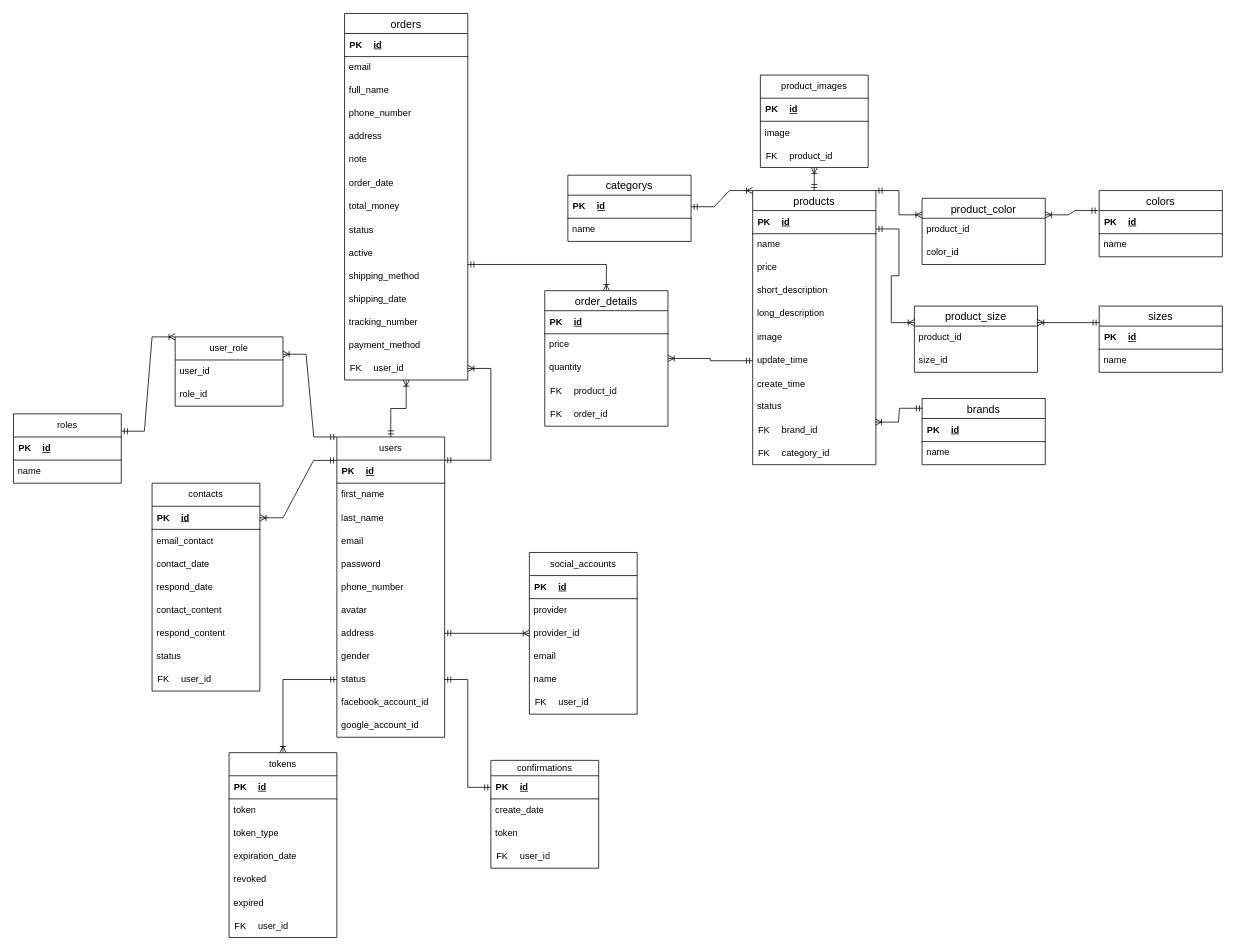
Before: shop-online/Biểu đồ không có tiêu đề.drawio in Dangnhhe161726/shop-online, a draw.io diagram. Source tidied: cells renumbered, new cells numbered last; positions are measured from the earlier drawing's top-left corner, leaving out a move shared by most shapes. Both pictures are drawn from the tidied source at 77%, with x=0, y=0 at pixel (13, -183).
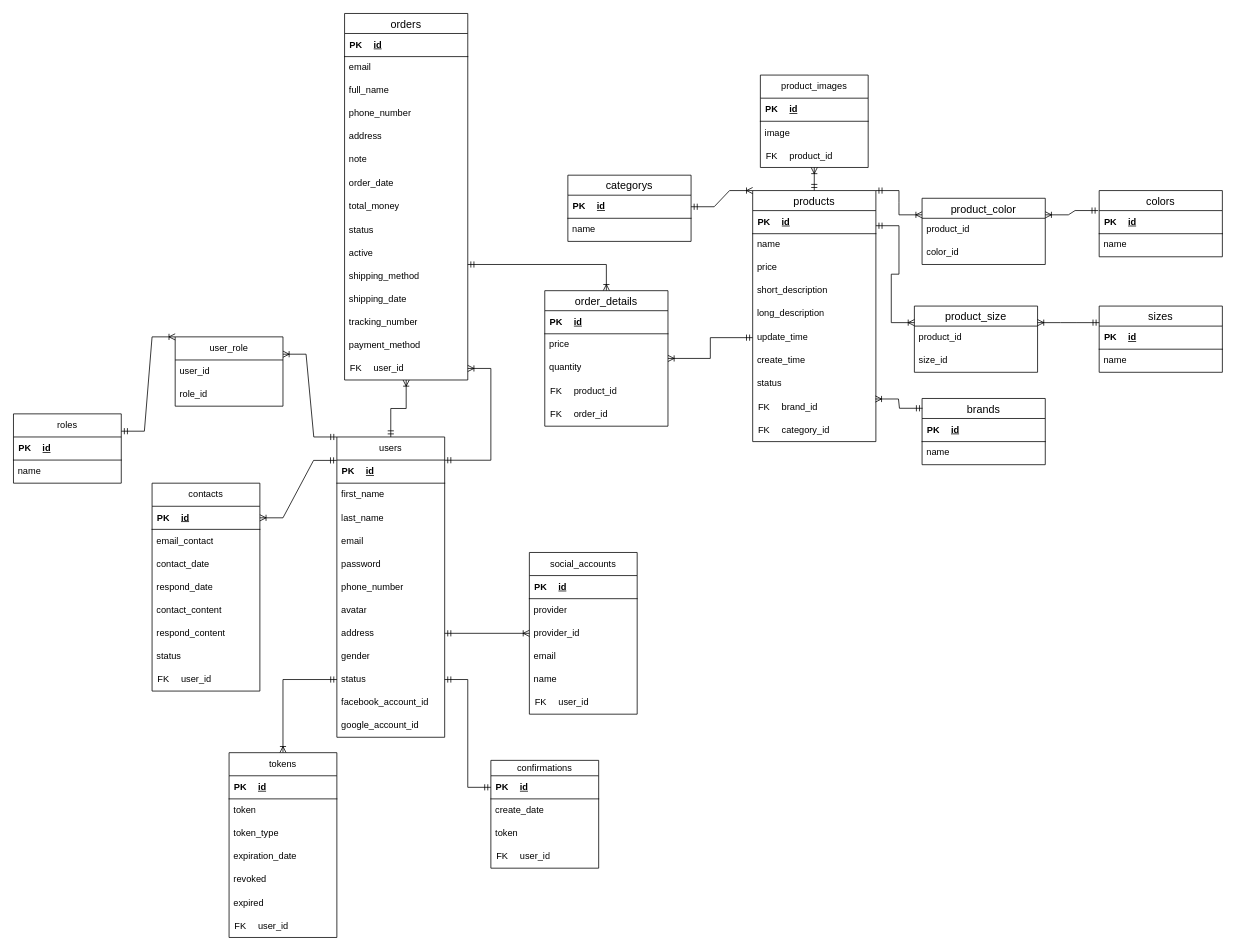
Above is the later version.

Commit message:
delete item image in table product

What changed in the source:
```diff
@@
     <mxCell id="45" value="products" style="swimlane;fontStyle=0;horizontal=1;startSize=26;align=center;fontSize=14;" parent="1" vertex="1">
-      <mxGeometry x="960" y="485" width="160" height="356" as="geometry" />
+      <mxGeometry x="960" y="485" width="160" height="326" as="geometry" />
     </mxCell>
@@
-    <mxCell id="54" value="image" style="text;strokeColor=none;fillColor=none;spacingLeft=4;spacingRight=4;overflow=hidden;fontSize=12;whiteSpace=wrap;html=1;" parent="45" vertex="1">
-      <mxGeometry y="176" width="160" height="30" as="geometry" />
-    </mxCell>
     <mxCell id="55" value="update_time" style="text;strokeColor=none;fillColor=none;spacingLeft=4;spacingRight=4;overflow=hidden;points=[[0,0.5],[1,0.5]];portConstraint=eastwest;fontSize=12;whiteSpace=wrap;html=1;" parent="45" vertex="1">
-      <mxGeometry y="206" width="160" height="30" as="geometry" />
+      <mxGeometry y="176" width="160" height="30" as="geometry" />
     </mxCell>
     <mxCell id="56" value="create_time" style="text;strokeColor=none;fillColor=none;align=left;verticalAlign=middle;spacingLeft=4;spacingRight=4;overflow=hidden;whiteSpace=wrap;html=1;" parent="45" vertex="1">
-      <mxGeometry y="236" width="160" height="30" as="geometry" />
+      <mxGeometry y="206" width="160" height="30" as="geometry" />
     </mxCell>
     <mxCell id="57" value="status" style="text;strokeColor=none;fillColor=none;spacingLeft=4;spacingRight=4;overflow=hidden;fontSize=12;whiteSpace=wrap;html=1;" parent="45" vertex="1">
-      <mxGeometry y="266" width="160" height="30" as="geometry" />
+      <mxGeometry y="236" width="160" height="30" as="geometry" />
     </mxCell>
     <mxCell id="58" style="shape=table;startSize=0;childLayout=tableLayout;rowLines=0;fontStyle=0;align=center;strokeColor=none;fillColor=none;" parent="45" vertex="1">
-      <mxGeometry y="296" width="160" height="60" as="geometry" />
+      <mxGeometry y="266" width="160" height="60" as="geometry" />
     </mxCell>
```
